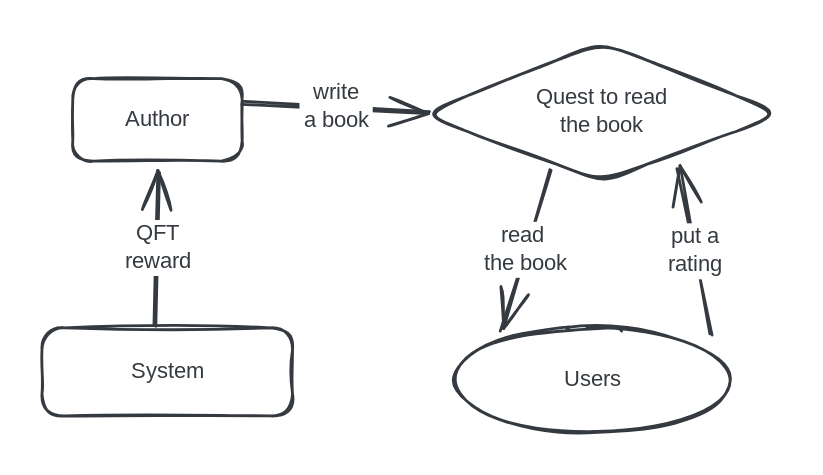
This is .gitbook/assets/file.excalidraw (1).svg from Questfall/docs, a Excalidraw export, as it was before one commit. Source tidied: one line per element, renumbered; positions are measured from the earlier drawing's top-left corner, leaving out a move shared by most shapes.
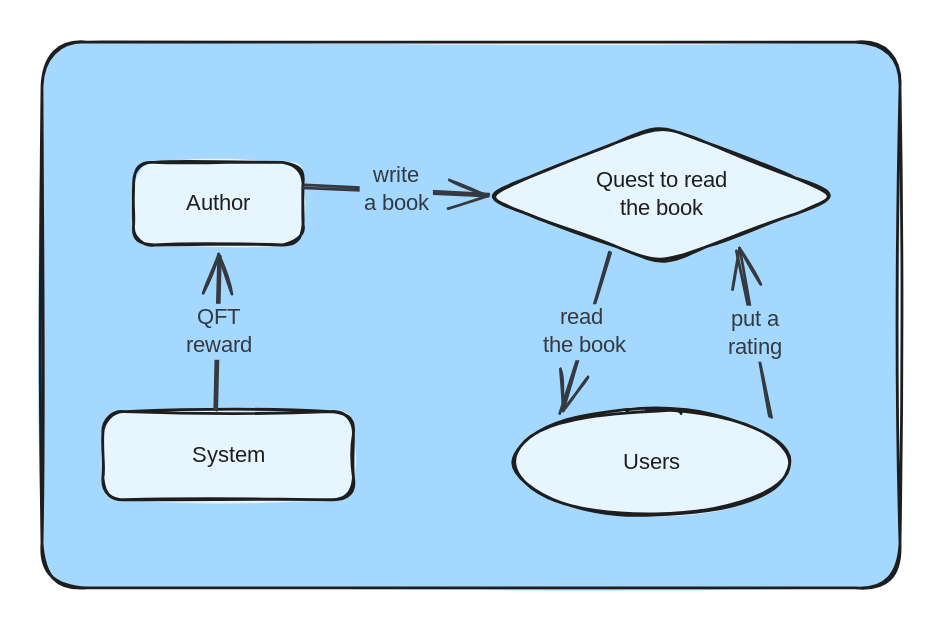
The same diagram one commit later.

Commit message:
GITBOOK-104: No subject

Change to the diagram source:
```diff
@@ -1,16 +1,17 @@
+{"id": 16, "type": "rectangle", "strokeColor": "#1e1e1e", "backgroundColor": "#a5d8ff", "fillStyle": "solid", "strokeWidth": 2, "roughness": 1, "round": true, "x": -42, "y": -59, "width": 613, "height": 390}
-{"id": 0, "type": "rectangle", "strokeColor": "#343a40", "strokeWidth": 2, "roughness": 1, "round": true, "x": 22, "y": 26, "width": 121, "height": 59}
+{"id": 0, "type": "rectangle", "strokeColor": "#1e1e1e", "backgroundColor": "#e7f5ff", "fillStyle": "solid", "strokeWidth": 2, "roughness": 1, "round": true, "x": 23, "y": 27, "width": 121, "height": 59}
-{"id": 1, "type": "text", "text": "Author", "strokeColor": "#343a40", "strokeWidth": 2, "roughness": 1, "fontSize": 16, "fontFamily": 1, "textAlign": "center", "verticalAlign": "middle", "inside": 0, "x": 56, "y": 46, "width": 52, "height": 20}
+{"id": 1, "type": "text", "text": "Author", "strokeColor": "#1e1e1e", "strokeWidth": 2, "roughness": 1, "fontSize": 16, "fontFamily": 1, "textAlign": "center", "verticalAlign": "middle", "inside": 0, "x": 57, "y": 46, "width": 52, "height": 20}
-{"id": 2, "type": "diamond", "strokeColor": "#343a40", "strokeWidth": 2, "roughness": 1, "round": true, "x": 272, "y": 0, "width": 256, "height": 100}
+{"id": 2, "type": "diamond", "strokeColor": "#1e1e1e", "backgroundColor": "#e7f5ff", "fillStyle": "solid", "strokeWidth": 2, "roughness": 1, "round": true, "x": 272, "y": 0, "width": 256, "height": 100}
-{"id": 3, "type": "text", "text": "Quest to read\nthe book", "strokeColor": "#343a40", "strokeWidth": 2, "roughness": 1, "fontSize": 16, "fontFamily": 1, "textAlign": "center", "verticalAlign": "middle", "inside": 2, "x": 342, "y": 30, "width": 116, "height": 40}
+{"id": 3, "type": "text", "text": "Quest to read\nthe book", "strokeColor": "#1e1e1e", "strokeWidth": 2, "roughness": 1, "fontSize": 16, "fontFamily": 1, "textAlign": "center", "verticalAlign": "middle", "inside": 2, "x": 342, "y": 30, "width": 116, "height": 40}
-{"id": 4, "type": "ellipse", "strokeColor": "#343a40", "strokeWidth": 2, "roughness": 1, "round": true, "x": 295, "y": 204, "width": 196, "height": 75}
+{"id": 4, "type": "ellipse", "strokeColor": "#1e1e1e", "backgroundColor": "#e7f5ff", "fillStyle": "solid", "strokeWidth": 2, "roughness": 1, "round": true, "x": 295, "y": 204, "width": 196, "height": 75}
-{"id": 5, "type": "text", "text": "Users", "strokeColor": "#343a40", "strokeWidth": 2, "roughness": 1, "fontSize": 16, "fontFamily": 1, "textAlign": "center", "verticalAlign": "middle", "inside": 4, "x": 371, "y": 231, "width": 44, "height": 20}
+{"id": 5, "type": "text", "text": "Users", "strokeColor": "#1e1e1e", "strokeWidth": 2, "roughness": 1, "fontSize": 16, "fontFamily": 1, "textAlign": "center", "verticalAlign": "middle", "inside": 4, "x": 371, "y": 231, "width": 44, "height": 20}
-{"id": 6, "type": "rectangle", "strokeColor": "#343a40", "strokeWidth": 2, "roughness": 1, "round": true, "x": 0, "y": 204, "width": 179, "height": 63}
+{"id": 6, "type": "rectangle", "strokeColor": "#1e1e1e", "backgroundColor": "#e7f5ff", "fillStyle": "solid", "strokeWidth": 2, "roughness": 1, "round": true, "x": 1, "y": 205, "width": 179, "height": 63}
-{"id": 7, "type": "text", "text": "System", "strokeColor": "#343a40", "strokeWidth": 2, "roughness": 1, "fontSize": 16, "fontFamily": 1, "textAlign": "center", "verticalAlign": "middle", "inside": 6, "x": 63, "y": 226, "width": 54, "height": 20}
+{"id": 7, "type": "text", "text": "System", "strokeColor": "#1e1e1e", "strokeWidth": 2, "roughness": 1, "fontSize": 16, "fontFamily": 1, "textAlign": "center", "verticalAlign": "middle", "inside": 6, "x": 64, "y": 226, "width": 54, "height": 20}
-{"id": 8, "type": "arrow", "strokeColor": "#343a40", "strokeWidth": 2, "roughness": 1, "endArrowhead": "arrow", "round": true, "from": 6, "to": 0, "x": 81, "y": 202, "width": 3, "height": 110, "points": [[0, 0], [3, -110]]}
+{"id": 8, "type": "arrow", "strokeColor": "#343a40", "backgroundColor": "#ffec99", "fillStyle": "solid", "strokeWidth": 2, "roughness": 1, "endArrowhead": "arrow", "round": true, "from": 6, "to": 0, "x": 82, "y": 203, "width": 3, "height": 110, "points": [[0, 0], [3, -110]]}
 {"id": 9, "type": "text", "text": "QFT\nreward", "strokeColor": "#343a40", "strokeWidth": 2, "roughness": 1, "fontSize": 16, "fontFamily": 1, "textAlign": "center", "verticalAlign": "middle", "inside": 8, "x": 58, "y": 134, "width": 52, "height": 40}
-{"id": 10, "type": "arrow", "strokeColor": "#343a40", "strokeWidth": 2, "roughness": 1, "endArrowhead": "arrow", "round": true, "from": 0, "x": 144, "y": 43, "width": 132, "height": 7, "points": [[0, 0], [132, 7]]}
+{"id": 10, "type": "arrow", "strokeColor": "#343a40", "backgroundColor": "#ffec99", "fillStyle": "solid", "strokeWidth": 2, "roughness": 1, "endArrowhead": "arrow", "round": true, "from": 0, "x": 145, "y": 44, "width": 131, "height": 6, "points": [[0, 0], [131, 6]]}
 {"id": 11, "type": "text", "text": "write\na book", "strokeColor": "#343a40", "strokeWidth": 2, "roughness": 1, "fontSize": 16, "fontFamily": 1, "textAlign": "center", "verticalAlign": "middle", "inside": 10, "x": 184, "y": 26, "width": 52, "height": 40}
-{"id": 12, "type": "arrow", "strokeColor": "#343a40", "strokeWidth": 2, "roughness": 1, "endArrowhead": "arrow", "round": true, "from": 2, "to": 4, "x": 363, "y": 91, "width": 35, "height": 115, "points": [[0, 0], [-35, 115]]}
+{"id": 12, "type": "arrow", "strokeColor": "#343a40", "backgroundColor": "#ffec99", "fillStyle": "solid", "strokeWidth": 2, "roughness": 1, "endArrowhead": "arrow", "round": true, "from": 2, "to": 4, "x": 363, "y": 91, "width": 35, "height": 115, "points": [[0, 0], [-35, 115]]}
 {"id": 13, "type": "text", "text": "read \nthe book", "strokeColor": "#343a40", "strokeWidth": 2, "roughness": 1, "fontSize": 16, "fontFamily": 1, "textAlign": "center", "verticalAlign": "middle", "inside": 12, "x": 312, "y": 128, "width": 67, "height": 40}
-{"id": 14, "type": "arrow", "strokeColor": "#343a40", "strokeWidth": 2, "roughness": 1, "endArrowhead": "arrow", "round": true, "from": 4, "to": 2, "x": 479, "y": 209, "width": 24, "height": 119, "points": [[0, 0], [-24, -119]]}
+{"id": 14, "type": "arrow", "strokeColor": "#343a40", "backgroundColor": "#ffec99", "fillStyle": "solid", "strokeWidth": 2, "roughness": 1, "endArrowhead": "arrow", "round": true, "from": 4, "to": 2, "x": 479, "y": 209, "width": 24, "height": 119, "points": [[0, 0], [-24, -119]]}
 {"id": 15, "type": "text", "text": "put a\nrating", "strokeColor": "#343a40", "strokeWidth": 2, "roughness": 1, "fontSize": 16, "fontFamily": 1, "textAlign": "center", "verticalAlign": "middle", "inside": 14, "x": 444, "y": 129, "width": 46, "height": 40}
```
